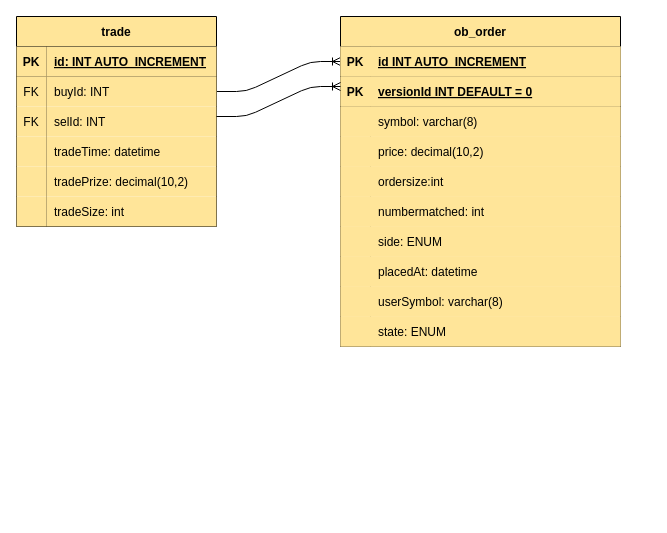
Before: page "ERD" (2 of 2) of FlowChart and ERD-.drawio in utku-aydin/orderbook, a draw.io diagram. Source tidied: cells renumbered, new cells numbered last; positions are measured from the earlier drawing's top-left corner, leaving out a move shared by most shapes. Both pictures are drawn from the tidied source at 100%, with x=0, y=0 at pixel (16, 16).
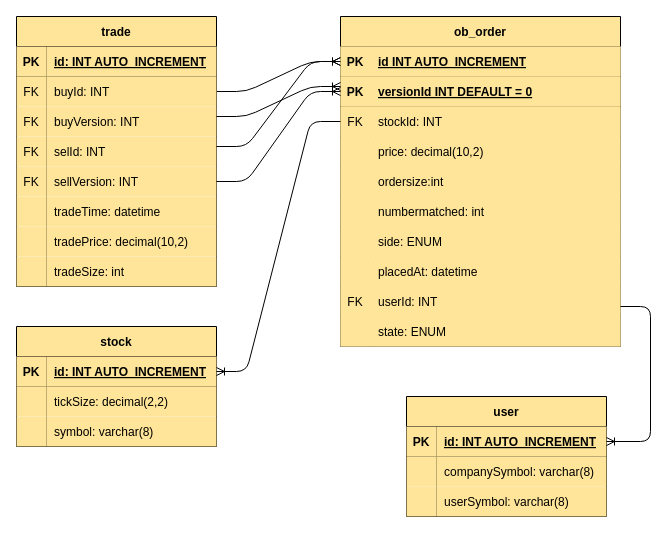
After the change.

The change refers to these unchanged cells:
```xml
<mxCell id="23" style="shape=partialRectangle;fillColor=#FFE599;top=0;left=0;bottom=1;right=0;points=[[0,0.5],[1,0.5]];portConstraint=eastwest;strokeColor=#000000;" parent="22" vertex="1">
  <mxGeometry y="30" width="280" height="30" as="geometry" />
</mxCell>
<mxCell id="26" style="shape=partialRectangle;fillColor=#FFE599;top=0;left=0;bottom=1;right=0;points=[[0,0.5],[1,0.5]];portConstraint=eastwest;strokeColor=#000000;" parent="22" vertex="1">
  <mxGeometry y="60" width="280" height="30" as="geometry" />
</mxCell>
<mxCell id="29" style="shape=partialRectangle;fillColor=#FFE599;top=0;left=0;bottom=0;right=0;points=[[0,0.5],[1,0.5]];portConstraint=eastwest;strokeColor=#000000;" parent="22" vertex="1">
  <mxGeometry y="90" width="280" height="30" as="geometry" />
</mxCell>
<mxCell id="47" style="shape=partialRectangle;fillColor=#FFE599;top=0;left=0;bottom=0;right=0;strokeColor=#000000;" parent="22" vertex="1">
  <mxGeometry y="270" width="280" height="30" as="geometry" />
</mxCell>
```

Change to the diagram source:
```diff
@@
     <mxCell id="3" value="trade" style="shape=table;startSize=30;childLayout=tableLayout;rowLines=0;fontStyle=1;align=center;fillColor=#FFE599;strokeColor=#000000;" parent="1" vertex="1">
-      <mxGeometry width="200" height="210" as="geometry" />
+      <mxGeometry width="200" height="270" as="geometry" />
     </mxCell>
@@
+    <mxCell id="54" style="shape=partialRectangle;fillColor=none;top=0;left=0;bottom=0;right=0;strokeColor=#000000;" parent="3" vertex="1">
+      <mxGeometry y="90" width="200" height="30" as="geometry" />
+    </mxCell>
+    <mxCell id="55" value="FK" style="shape=partialRectangle;fillColor=#FFE599;top=0;left=0;bottom=0;right=0;fontStyle=0;overflow=hidden;strokeColor=#000000;" parent="54" vertex="1">
+      <mxGeometry width="30" height="30" as="geometry" />
+    </mxCell>
+    <mxCell id="56" value="buyVersion: INT" style="shape=partialRectangle;fillColor=#FFE599;top=0;left=0;bottom=0;right=0;align=left;spacingLeft=6;fontStyle=0;overflow=hidden;strokeColor=#000000;" parent="54" vertex="1">
+      <mxGeometry x="30" width="170" height="30" as="geometry" />
+    </mxCell>
     <mxCell id="10" style="shape=partialRectangle;fillColor=none;top=0;left=0;bottom=0;right=0;strokeColor=#000000;" parent="3" vertex="1">
-      <mxGeometry y="90" width="200" height="30" as="geometry" />
+      <mxGeometry y="120" width="200" height="30" as="geometry" />
     </mxCell>
@@
+    <mxCell id="57" style="shape=partialRectangle;fillColor=none;top=0;left=0;bottom=0;right=0;points=[[0,0.5],[1,0.5]];portConstraint=eastwest;strokeColor=#000000;" parent="3" vertex="1">
+      <mxGeometry y="150" width="200" height="30" as="geometry" />
+    </mxCell>
+    <mxCell id="58" value="FK" style="shape=partialRectangle;fillColor=#FFE599;top=0;left=0;bottom=0;right=0;fontStyle=0;overflow=hidden;strokeColor=#000000;" parent="57" vertex="1">
+      <mxGeometry width="30" height="30" as="geometry" />
+    </mxCell>
+    <mxCell id="59" value="sellVersion: INT" style="shape=partialRectangle;fillColor=#FFE599;top=0;left=0;bottom=0;right=0;align=left;spacingLeft=6;fontStyle=0;overflow=hidden;strokeColor=#000000;" parent="57" vertex="1">
+      <mxGeometry x="30" width="170" height="30" as="geometry" />
+    </mxCell>
     <mxCell id="13" style="shape=partialRectangle;fillColor=none;top=0;left=0;bottom=0;right=0;strokeColor=#000000;" parent="3" vertex="1">
-      <mxGeometry y="120" width="200" height="30" as="geometry" />
+      <mxGeometry y="180" width="200" height="30" as="geometry" />
     </mxCell>
@@
     <mxCell id="16" style="shape=partialRectangle;fillColor=none;top=0;left=0;bottom=0;right=0;strokeColor=#000000;" parent="3" vertex="1">
-      <mxGeometry y="150" width="200" height="30" as="geometry" />
+      <mxGeometry y="210" width="200" height="30" as="geometry" />
     </mxCell>
@@
-    <mxCell id="18" value="tradePrize: decimal(10,2)" style="shape=partialRectangle;fillColor=#FFE599;top=0;left=0;bottom=0;right=0;align=left;spacingLeft=6;overflow=hidden;strokeColor=#000000;" parent="16" vertex="1">
+    <mxCell id="18" value="tradePrice: decimal(10,2)" style="shape=partialRectangle;fillColor=#FFE599;top=0;left=0;bottom=0;right=0;align=left;spacingLeft=6;overflow=hidden;strokeColor=#000000;" parent="16" vertex="1">
       <mxGeometry x="30" width="170" height="30" as="geometry" />
     </mxCell>
     <mxCell id="19" style="shape=partialRectangle;fillColor=none;top=0;left=0;bottom=0;right=0;strokeColor=#000000;" parent="3" vertex="1">
-      <mxGeometry y="180" width="200" height="30" as="geometry" />
+      <mxGeometry y="240" width="200" height="30" as="geometry" />
     </mxCell>
@@
-    <mxCell id="30" style="shape=partialRectangle;fillColor=#FFE599;top=0;left=0;bottom=0;right=0;overflow=hidden;strokeColor=#000000;" parent="29" vertex="1">
+    <mxCell id="30" value="FK" style="shape=partialRectangle;fillColor=#FFE599;top=0;left=0;bottom=0;right=0;overflow=hidden;strokeColor=#000000;" parent="29" vertex="1">
       <mxGeometry width="30" height="30" as="geometry" />
     </mxCell>
-    <mxCell id="31" value="symbol: varchar(8)" style="shape=partialRectangle;fillColor=#FFE599;top=0;left=0;bottom=0;right=0;align=left;spacingLeft=6;overflow=hidden;strokeColor=#000000;" parent="29" vertex="1">
+    <mxCell id="31" value="stockId: INT" style="shape=partialRectangle;fillColor=#FFE599;top=0;left=0;bottom=0;right=0;align=left;spacingLeft=6;overflow=hidden;strokeColor=#000000;" parent="29" vertex="1">
       <mxGeometry x="30" width="250" height="30" as="geometry" />
     </mxCell>
@@
-    <mxCell id="48" style="shape=partialRectangle;fillColor=#FFE599;top=0;left=0;bottom=0;right=0;overflow=hidden;strokeColor=#000000;" parent="47" vertex="1">
+    <mxCell id="48" value="FK" style="shape=partialRectangle;fillColor=#FFE599;top=0;left=0;bottom=0;right=0;overflow=hidden;strokeColor=#000000;" parent="47" vertex="1">
       <mxGeometry width="30" height="30" as="geometry" />
     </mxCell>
-    <mxCell id="49" value="userSymbol: varchar(8)" style="shape=partialRectangle;fillColor=#FFE599;top=0;left=0;bottom=0;right=0;align=left;spacingLeft=6;overflow=hidden;strokeColor=#000000;" parent="47" vertex="1">
+    <mxCell id="49" value="userId: INT" style="shape=partialRectangle;fillColor=#FFE599;top=0;left=0;bottom=0;right=0;align=left;spacingLeft=6;overflow=hidden;strokeColor=#000000;" parent="47" vertex="1">
       <mxGeometry x="30" width="250" height="30" as="geometry" />
     </mxCell>
@@
+    <mxCell id="60" style="edgeStyle=entityRelationEdgeStyle;fontSize=12;html=1;endArrow=ERoneToMany;entryX=0;entryY=0.5;entryDx=0;entryDy=0;exitX=1;exitY=0.5;exitDx=0;exitDy=0;strokeColor=#000000;" parent="1" edge="1" target="23">
+      <mxGeometry relative="1" as="geometry">
+        <mxPoint x="200" y="130" as="sourcePoint" />
+      </mxGeometry>
+    </mxCell>
+    <mxCell id="61" style="edgeStyle=entityRelationEdgeStyle;fontSize=12;html=1;endArrow=ERoneToMany;entryX=0;entryY=0.5;entryDx=0;entryDy=0;strokeColor=#000000;" parent="1" edge="1" source="57" target="26">
+      <mxGeometry relative="1" as="geometry" />
+    </mxCell>
+    <mxCell id="62" value="stock" style="shape=table;startSize=30;childLayout=tableLayout;rowLines=0;fontStyle=1;align=center;fillColor=#FFE599;strokeColor=#000000;" parent="1" vertex="1">
+      <mxGeometry y="310" width="200" height="120" as="geometry" />
+    </mxCell>
+    <mxCell id="63" style="shape=partialRectangle;fillColor=none;top=0;left=0;bottom=1;right=0;points=[[0,0.5],[1,0.5]];portConstraint=eastwest;strokeColor=#000000;" parent="62" vertex="1">
+      <mxGeometry y="30" width="200" height="30" as="geometry" />
+    </mxCell>
+    <mxCell id="64" value="PK" style="shape=partialRectangle;fillColor=#FFE599;top=0;left=0;bottom=0;right=0;fontStyle=1;overflow=hidden;strokeColor=#000000;" parent="63" vertex="1">
+      <mxGeometry width="30" height="30" as="geometry" />
+    </mxCell>
+    <mxCell id="65" value="id: INT AUTO_INCREMENT" style="shape=partialRectangle;fillColor=#FFE599;top=0;left=0;bottom=0;right=0;align=left;spacingLeft=6;fontStyle=5;overflow=hidden;strokeColor=#000000;" parent="63" vertex="1">
+      <mxGeometry x="30" width="170" height="30" as="geometry" />
+    </mxCell>
+    <mxCell id="66" style="shape=partialRectangle;fillColor=none;top=0;left=0;bottom=0;right=0;strokeColor=#000000;" parent="62" vertex="1">
+      <mxGeometry y="60" width="200" height="30" as="geometry" />
+    </mxCell>
+    <mxCell id="67" style="shape=partialRectangle;fillColor=#FFE599;top=0;left=0;bottom=0;right=0;overflow=hidden;strokeColor=#000000;" parent="66" vertex="1">
+      <mxGeometry width="30" height="30" as="geometry" />
+    </mxCell>
+    <mxCell id="68" value="tickSize: decimal(2,2)" style="shape=partialRectangle;fillColor=#FFE599;top=0;left=0;bottom=0;right=0;align=left;spacingLeft=6;overflow=hidden;strokeColor=#000000;" parent="66" vertex="1">
+      <mxGeometry x="30" width="170" height="30" as="geometry" />
+    </mxCell>
+    <mxCell id="69" style="shape=partialRectangle;fillColor=none;top=0;left=0;bottom=0;right=0;strokeColor=#000000;" parent="62" vertex="1">
+      <mxGeometry y="90" width="200" height="30" as="geometry" />
+    </mxCell>
+    <mxCell id="70" style="shape=partialRectangle;fillColor=#FFE599;top=0;left=0;bottom=0;right=0;overflow=hidden;strokeColor=#000000;" parent="69" vertex="1">
+      <mxGeometry width="30" height="30" as="geometry" />
+    </mxCell>
+    <mxCell id="71" value="symbol: varchar(8)" style="shape=partialRectangle;fillColor=#FFE599;top=0;left=0;bottom=0;right=0;align=left;spacingLeft=6;overflow=hidden;strokeColor=#000000;" parent="69" vertex="1">
+      <mxGeometry x="30" width="170" height="30" as="geometry" />
+    </mxCell>
+    <mxCell id="72" style="edgeStyle=entityRelationEdgeStyle;fontSize=12;html=1;endArrow=ERoneToMany;strokeColor=#000000;" parent="1" edge="1" source="29" target="63">
+      <mxGeometry relative="1" as="geometry" />
+    </mxCell>
+    <mxCell id="73" value="user" style="shape=table;startSize=30;childLayout=tableLayout;rowLines=0;fontStyle=1;align=center;fillColor=#FFE599;strokeColor=#000000;" parent="1" vertex="1">
+      <mxGeometry x="390" y="380" width="200" height="120" as="geometry" />
+    </mxCell>
+    <mxCell id="74" style="shape=partialRectangle;fillColor=none;top=0;left=0;bottom=1;right=0;points=[[0,0.5],[1,0.5]];portConstraint=eastwest;strokeColor=#000000;" parent="73" vertex="1">
+      <mxGeometry y="30" width="200" height="30" as="geometry" />
+    </mxCell>
+    <mxCell id="75" value="PK" style="shape=partialRectangle;fillColor=#FFE599;top=0;left=0;bottom=0;right=0;fontStyle=1;overflow=hidden;strokeColor=#000000;" parent="74" vertex="1">
+      <mxGeometry width="30" height="30" as="geometry" />
+    </mxCell>
+    <mxCell id="76" value="id: INT AUTO_INCREMENT" style="shape=partialRectangle;fillColor=#FFE599;top=0;left=0;bottom=0;right=0;align=left;spacingLeft=6;fontStyle=5;overflow=hidden;strokeColor=#000000;" parent="74" vertex="1">
+      <mxGeometry x="30" width="170" height="30" as="geometry" />
+    </mxCell>
+    <mxCell id="77" style="shape=partialRectangle;fillColor=none;top=0;left=0;bottom=0;right=0;strokeColor=#000000;" parent="73" vertex="1">
+      <mxGeometry y="60" width="200" height="30" as="geometry" />
+    </mxCell>
+    <mxCell id="78" style="shape=partialRectangle;fillColor=#FFE599;top=0;left=0;bottom=0;right=0;overflow=hidden;strokeColor=#000000;" parent="77" vertex="1">
+      <mxGeometry width="30" height="30" as="geometry" />
+    </mxCell>
+    <mxCell id="79" value="companySymbol: varchar(8)" style="shape=partialRectangle;fillColor=#FFE599;top=0;left=0;bottom=0;right=0;align=left;spacingLeft=6;overflow=hidden;strokeColor=#000000;" parent="77" vertex="1">
+      <mxGeometry x="30" width="170" height="30" as="geometry" />
+    </mxCell>
+    <mxCell id="80" style="shape=partialRectangle;fillColor=none;top=0;left=0;bottom=0;right=0;strokeColor=#000000;" parent="73" vertex="1">
+      <mxGeometry y="90" width="200" height="30" as="geometry" />
+    </mxCell>
+    <mxCell id="81" style="shape=partialRectangle;fillColor=#FFE599;top=0;left=0;bottom=0;right=0;overflow=hidden;strokeColor=#000000;" parent="80" vertex="1">
+      <mxGeometry width="30" height="30" as="geometry" />
+    </mxCell>
+    <mxCell id="82" value="userSymbol: varchar(8)" style="shape=partialRectangle;fillColor=#FFE599;top=0;left=0;bottom=0;right=0;align=left;spacingLeft=6;overflow=hidden;strokeColor=#000000;" parent="80" vertex="1">
+      <mxGeometry x="30" width="170" height="30" as="geometry" />
+    </mxCell>
+    <mxCell id="83" style="edgeStyle=entityRelationEdgeStyle;fontSize=12;html=1;endArrow=ERoneToMany;" parent="1" edge="1" target="74">
+      <mxGeometry relative="1" as="geometry">
+        <mxPoint x="604" y="290" as="sourcePoint" />
+      </mxGeometry>
+    </mxCell>
```
